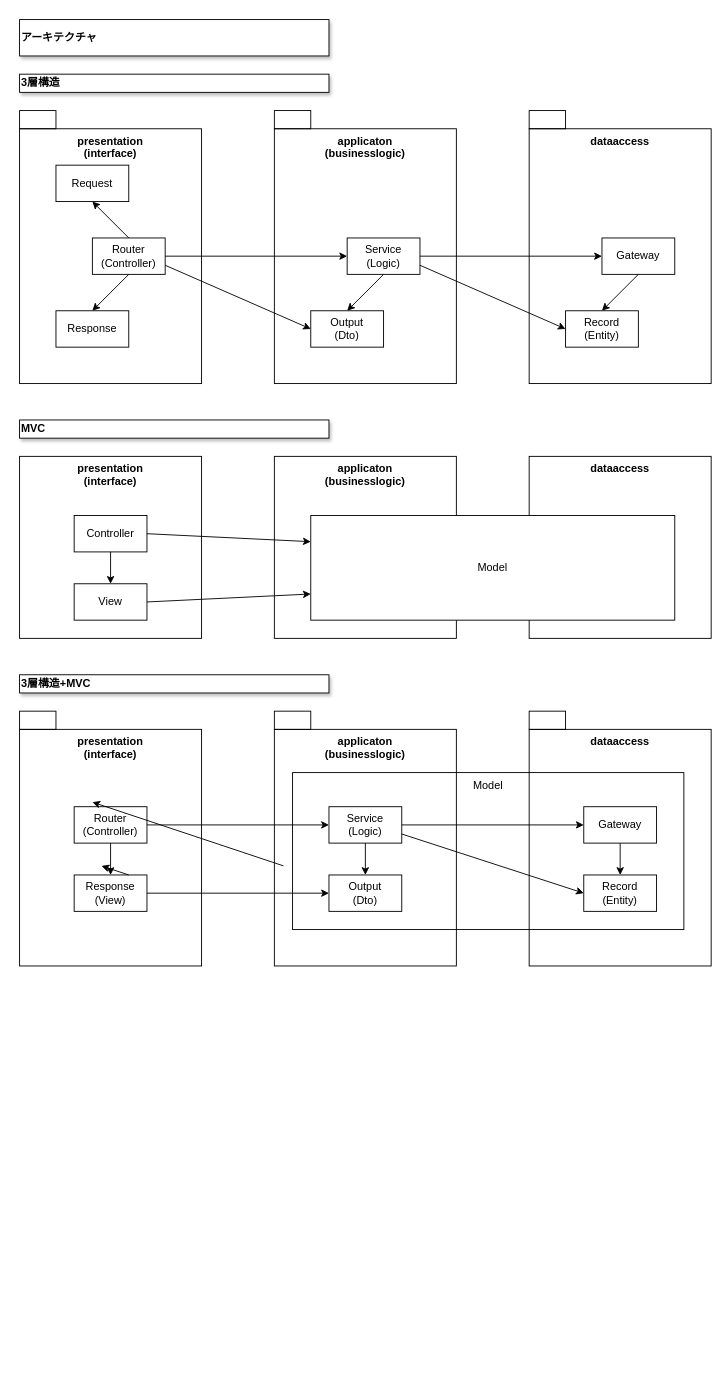
The draw.io diagram Reversi/docs/100_architecture.drawio in Gunj0/js-memo, before the edit. Source tidied: cells renumbered, new cells numbered last; positions are measured from the earlier drawing's top-left corner, leaving out a move shared by most shapes. Both pictures are drawn from the tidied source at 91%, with x=0, y=0 at pixel (19, 19).
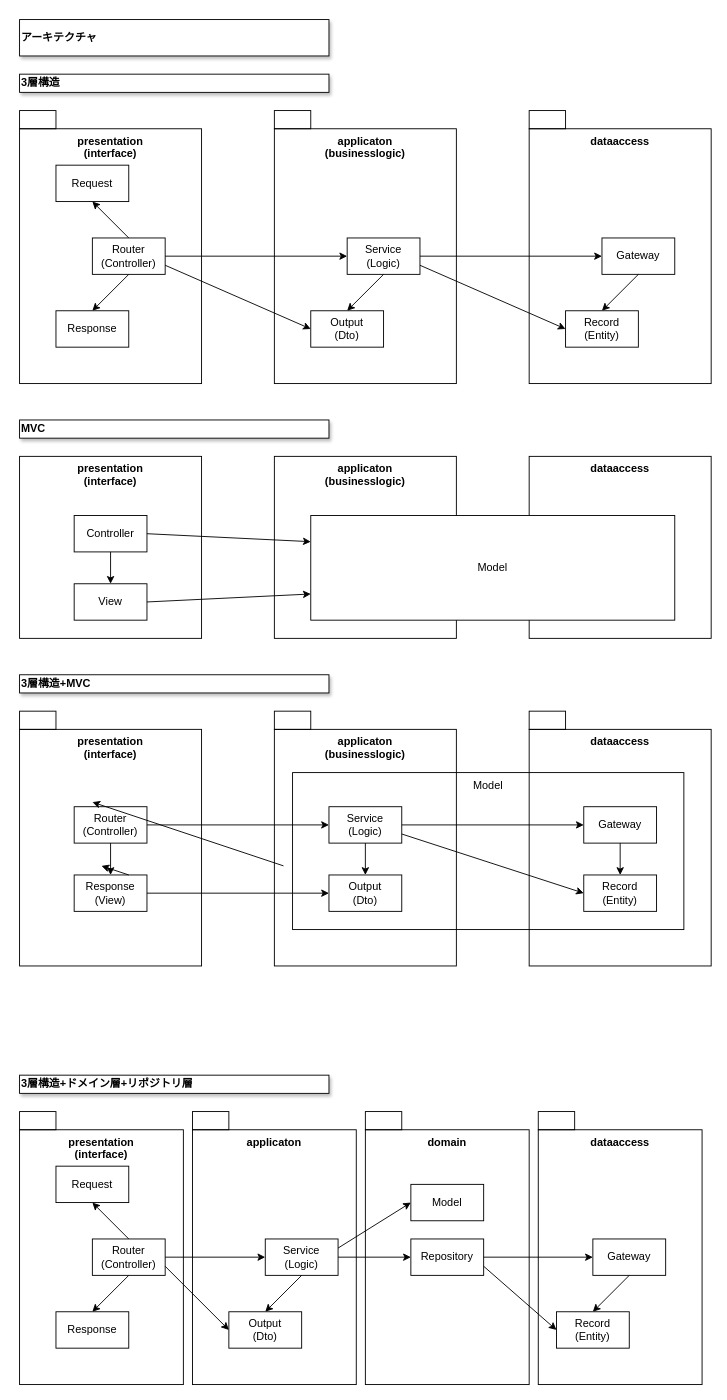
The same diagram, later.

The edit, as a diff of the source:
```diff
@@
+    <mxCell id="58" value="domain" style="rounded=0;whiteSpace=wrap;html=1;fillColor=none;verticalAlign=top;fontStyle=1;" parent="1" vertex="1">
+      <mxGeometry x="380" y="1220" width="180" height="280" as="geometry" />
+    </mxCell>
@@
+    <mxCell id="59" value="presentation&lt;br&gt;(interface)" style="rounded=0;whiteSpace=wrap;html=1;fillColor=none;verticalAlign=top;fontStyle=1;" parent="1" vertex="1">
+      <mxGeometry y="1220" width="180" height="280" as="geometry" />
+    </mxCell>
+    <mxCell id="60" style="rounded=0;whiteSpace=wrap;html=1;fillColor=none;" parent="1" vertex="1">
+      <mxGeometry y="1200" width="40" height="20" as="geometry" />
+    </mxCell>
+    <mxCell id="61" value="applicaton" style="rounded=0;whiteSpace=wrap;html=1;fillColor=none;verticalAlign=top;fontStyle=1;" parent="1" vertex="1">
+      <mxGeometry x="190" y="1220" width="180" height="280" as="geometry" />
+    </mxCell>
+    <mxCell id="62" style="rounded=0;whiteSpace=wrap;html=1;fillColor=none;" parent="1" vertex="1">
+      <mxGeometry x="190" y="1200" width="40" height="20" as="geometry" />
+    </mxCell>
+    <mxCell id="63" value="dataaccess" style="rounded=0;whiteSpace=wrap;html=1;fillColor=none;verticalAlign=top;fontStyle=1;" parent="1" vertex="1">
+      <mxGeometry x="570" y="1220" width="180" height="280" as="geometry" />
+    </mxCell>
+    <mxCell id="64" style="rounded=0;whiteSpace=wrap;html=1;fillColor=none;" parent="1" vertex="1">
+      <mxGeometry x="570" y="1200" width="40" height="20" as="geometry" />
+    </mxCell>
+    <mxCell id="65" value="&lt;span style=&quot;font-weight: normal;&quot;&gt;Request&lt;/span&gt;" style="rounded=0;whiteSpace=wrap;html=1;fillColor=none;verticalAlign=middle;fontStyle=1;" parent="1" vertex="1">
+      <mxGeometry x="40" y="1260" width="80" height="40" as="geometry" />
+    </mxCell>
+    <mxCell id="66" value="&lt;span style=&quot;font-weight: normal;&quot;&gt;Router&lt;br&gt;(Controller)&lt;br&gt;&lt;/span&gt;" style="rounded=0;whiteSpace=wrap;html=1;fillColor=none;verticalAlign=middle;fontStyle=1;" parent="1" vertex="1">
+      <mxGeometry x="80" y="1340" width="80" height="40" as="geometry" />
+    </mxCell>
+    <mxCell id="67" value="&lt;span style=&quot;font-weight: normal;&quot;&gt;Response&lt;/span&gt;" style="rounded=0;whiteSpace=wrap;html=1;fillColor=none;verticalAlign=middle;fontStyle=1;" parent="1" vertex="1">
+      <mxGeometry x="40" y="1420" width="80" height="40" as="geometry" />
+    </mxCell>
+    <mxCell id="68" value="&lt;span style=&quot;font-weight: normal;&quot;&gt;Service&lt;br&gt;(Logic)&lt;br&gt;&lt;/span&gt;" style="rounded=0;whiteSpace=wrap;html=1;fillColor=none;verticalAlign=middle;fontStyle=1;" parent="1" vertex="1">
+      <mxGeometry x="270" y="1340" width="80" height="40" as="geometry" />
+    </mxCell>
+    <mxCell id="69" value="&lt;span style=&quot;font-weight: normal;&quot;&gt;Output&lt;br&gt;(Dto)&lt;br&gt;&lt;/span&gt;" style="rounded=0;whiteSpace=wrap;html=1;fillColor=none;verticalAlign=middle;fontStyle=1;" parent="1" vertex="1">
+      <mxGeometry x="230" y="1420" width="80" height="40" as="geometry" />
+    </mxCell>
+    <mxCell id="70" style="endArrow=classic;html=1;entryX=0.5;entryY=1;entryDx=0;entryDy=0;exitX=0.5;exitY=0;exitDx=0;exitDy=0;" parent="1" edge="1" source="66" target="65">
+      <mxGeometry relative="1" as="geometry" />
+    </mxCell>
+    <mxCell id="71" style="endArrow=classic;html=1;entryX=0.5;entryY=0;entryDx=0;entryDy=0;exitX=0.5;exitY=1;exitDx=0;exitDy=0;" parent="1" edge="1" source="66" target="67">
+      <mxGeometry relative="1" as="geometry" />
+    </mxCell>
+    <mxCell id="72" style="endArrow=classic;html=1;entryX=0;entryY=0.5;entryDx=0;entryDy=0;exitX=1;exitY=0.5;exitDx=0;exitDy=0;" parent="1" edge="1" source="66" target="68">
+      <mxGeometry relative="1" as="geometry" />
+    </mxCell>
+    <mxCell id="73" style="endArrow=classic;html=1;entryX=0;entryY=0.5;entryDx=0;entryDy=0;exitX=1;exitY=0.75;exitDx=0;exitDy=0;" parent="1" edge="1" source="66" target="69">
+      <mxGeometry relative="1" as="geometry" />
+    </mxCell>
+    <mxCell id="74" style="endArrow=classic;html=1;exitX=0.5;exitY=1;exitDx=0;exitDy=0;entryX=0.5;entryY=0;entryDx=0;entryDy=0;" parent="1" edge="1" source="68" target="69">
+      <mxGeometry relative="1" as="geometry" />
+    </mxCell>
+    <mxCell id="75" value="&lt;span style=&quot;font-weight: normal;&quot;&gt;Gateway&lt;/span&gt;" style="rounded=0;whiteSpace=wrap;html=1;fillColor=none;verticalAlign=middle;fontStyle=1;" parent="1" vertex="1">
+      <mxGeometry x="630" y="1340" width="80" height="40" as="geometry" />
+    </mxCell>
+    <mxCell id="76" value="&lt;span style=&quot;font-weight: normal;&quot;&gt;Record&lt;br&gt;(Entity)&lt;br&gt;&lt;/span&gt;" style="rounded=0;whiteSpace=wrap;html=1;fillColor=none;verticalAlign=middle;fontStyle=1;" parent="1" vertex="1">
+      <mxGeometry x="590" y="1420" width="80" height="40" as="geometry" />
+    </mxCell>
+    <mxCell id="77" style="endArrow=classic;html=1;exitX=1;exitY=0.75;exitDx=0;exitDy=0;entryX=0;entryY=0.5;entryDx=0;entryDy=0;" parent="1" edge="1" source="84" target="76">
+      <mxGeometry relative="1" as="geometry" />
+    </mxCell>
+    <mxCell id="78" style="endArrow=classic;html=1;exitX=1;exitY=0.5;exitDx=0;exitDy=0;" parent="1" edge="1" source="68" target="84">
+      <mxGeometry relative="1" as="geometry" />
+    </mxCell>
+    <mxCell id="79" style="endArrow=classic;html=1;exitX=0.5;exitY=1;exitDx=0;exitDy=0;" parent="1" edge="1" source="75">
+      <mxGeometry relative="1" as="geometry">
+        <mxPoint x="630" y="1420" as="targetPoint" />
+      </mxGeometry>
+    </mxCell>
+    <mxCell id="80" value="3層構造+ドメイン層+リポジトリ層" style="rounded=0;whiteSpace=wrap;html=1;align=left;shadow=1;glass=0;fontStyle=1;" parent="1" vertex="1">
+      <mxGeometry y="1160" width="340" height="20" as="geometry" />
+    </mxCell>
+    <mxCell id="81" style="rounded=0;whiteSpace=wrap;html=1;fillColor=none;" parent="1" vertex="1">
+      <mxGeometry x="380" y="1200" width="40" height="20" as="geometry" />
+    </mxCell>
+    <mxCell id="82" value="&lt;span style=&quot;font-weight: normal;&quot;&gt;Model&lt;br&gt;&lt;/span&gt;" style="rounded=0;whiteSpace=wrap;html=1;fillColor=none;verticalAlign=middle;fontStyle=1;" parent="1" vertex="1">
+      <mxGeometry x="430" y="1280" width="80" height="40" as="geometry" />
+    </mxCell>
+    <mxCell id="83" style="endArrow=classic;html=1;exitX=1;exitY=0.25;exitDx=0;exitDy=0;entryX=0;entryY=0.5;entryDx=0;entryDy=0;" parent="1" edge="1" source="68" target="82">
+      <mxGeometry relative="1" as="geometry" />
+    </mxCell>
+    <mxCell id="84" value="&lt;span style=&quot;font-weight: normal;&quot;&gt;Repository&lt;br&gt;&lt;/span&gt;" style="rounded=0;whiteSpace=wrap;html=1;fillColor=none;verticalAlign=middle;fontStyle=1;" parent="1" vertex="1">
+      <mxGeometry x="430" y="1340" width="80" height="40" as="geometry" />
+    </mxCell>
+    <mxCell id="85" style="endArrow=classic;html=1;exitX=1;exitY=0.5;exitDx=0;exitDy=0;entryX=0;entryY=0.5;entryDx=0;entryDy=0;" parent="1" edge="1" source="84" target="75">
+      <mxGeometry relative="1" as="geometry" />
+    </mxCell>
```
